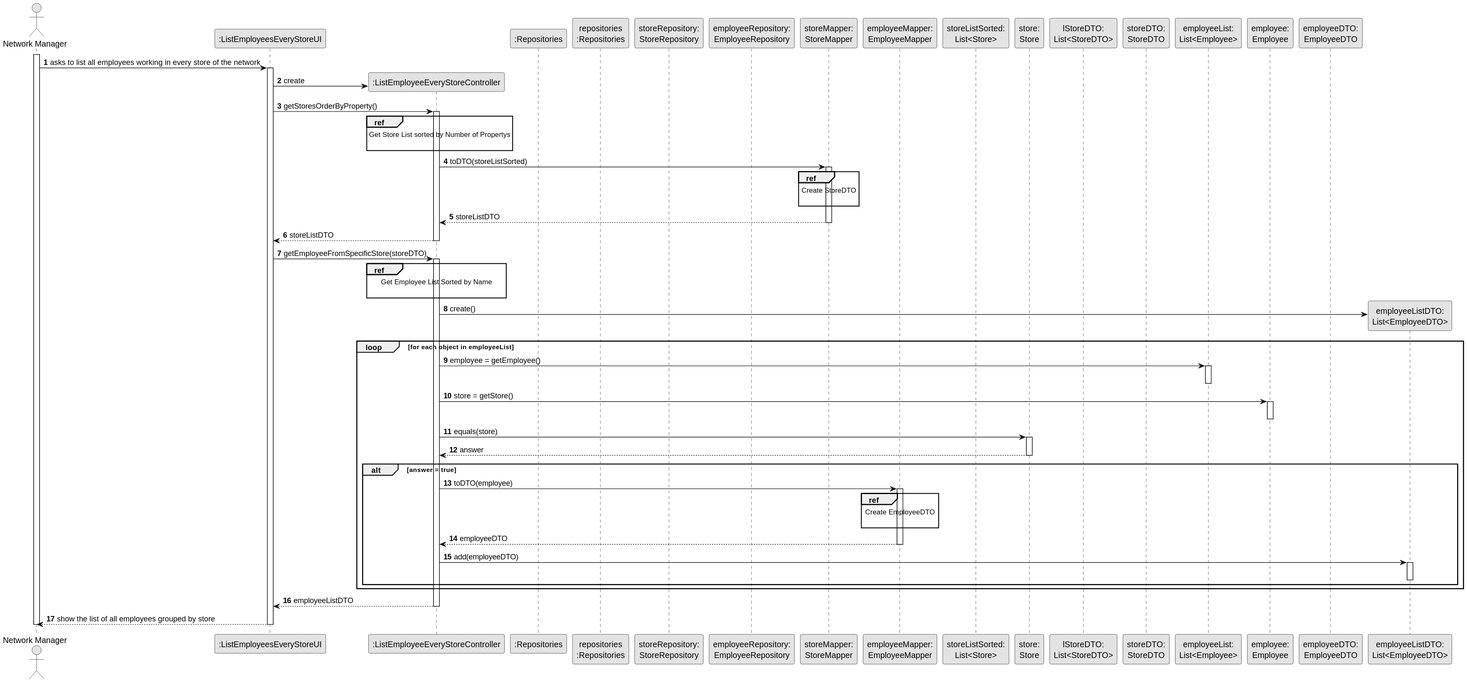
Above: docs/sprintD/us013/03.design/svg/us013-sequence-diagram-split.svg in Shushizinho/RealEstateUSASystem (PlantUML), before the change. Its diagram source:
```plantuml
@startuml
skinparam monochrome true
skinparam packageStyle rectangle
skinparam shadowing false

autonumber

actor "Network Manager" as NM
participant ":ListEmployeesEveryStoreUI" as UI
participant ":ListEmployeeEveryStoreController" as CTRL
participant ":Repositories" as RepositorySingleton
participant "repositories\n:Repositories" as PLAT
participant "storeRepository:\nStoreRepository" as STRR
participant "employeeRepository:\nEmployeeRepository" as EMPR
participant "storeMapper:\nStoreMapper" as STRMAP
participant "employeeMapper:\nEmployeeMapper" as EMPLMAP
participant "storeListSorted:\nList<Store>" as LSTR
participant "store:\nStore" as STOR
participant "lStoreDTO:\nList<StoreDTO>" as LSTRDTO
participant "storeDTO:\nStoreDTO" as STORDTO
participant "employeeList:\nList<Employee>" as LEMP
participant "employee:\nEmployee" as EMPL
participant "employeeDTO:\nEmployeeDTO" as EMPLDTO
participant "employeeListDTO:\nList<EmployeeDTO>" as LEMPDTO





activate NM
   NM -> UI :  asks to list all employees working in every store of the network

    activate UI

    UI-> CTRL** : create





         UI -> CTRL : getStoresOrderByProperty()
                    activate CTRL

                            ref over CTRL
                            Get Store List sorted by Number of Propertys

                            end ref

                                CTRL -> STRMAP: toDTO(storeListSorted)
                                activate STRMAP

                                ref over STRMAP
                                Create StoreDTO

                                end ref

                            STRMAP-->CTRL : storeListDTO
                            deactivate STRMAP

                        CTRL-->UI : storeListDTO
                    deactivate CTRL



                    UI -> CTRL : getEmployeeFromSpecificStore(storeDTO)
                        activate CTRL
                                        ref over CTRL
                                        Get Employee List Sorted by Name

                                        end ref
                                        CTRL->LEMPDTO**: create()

                                        loop for each object in employeeList

                                        CTRL -> LEMP: employee = getEmployee()
                                        activate LEMP
                                        deactivate LEMP

                                        CTRL -> EMPL : store = getStore()
                                        activate EMPL
                                        deactivate EMPL

                                        CTRL -> STOR : equals(store)
                                        activate STOR


                                            STOR --> CTRL : answer
                                        deactivate STOR

                                        alt answer = true

                                        CTRL -> EMPLMAP: toDTO(employee)
                                        activate EMPLMAP

                                        ref over EMPLMAP
                                        Create EmployeeDTO

                                        end ref
                                        EMPLMAP--> CTRL: employeeDTO
                                        deactivate EMPLMAP


                                        CTRL->LEMPDTO: add(employeeDTO)
                                        activate LEMPDTO
                                        deactivate LEMPDTO
                                        end alt

                                        end loop
                                        deactivate EMPLMAP


                            CTRL-->UI :  employeeListDTO
                        deactivate CTRL


        UI --> NM : show the list of all employees grouped by store
        deactivate UI

deactivate NM
@enduml
```
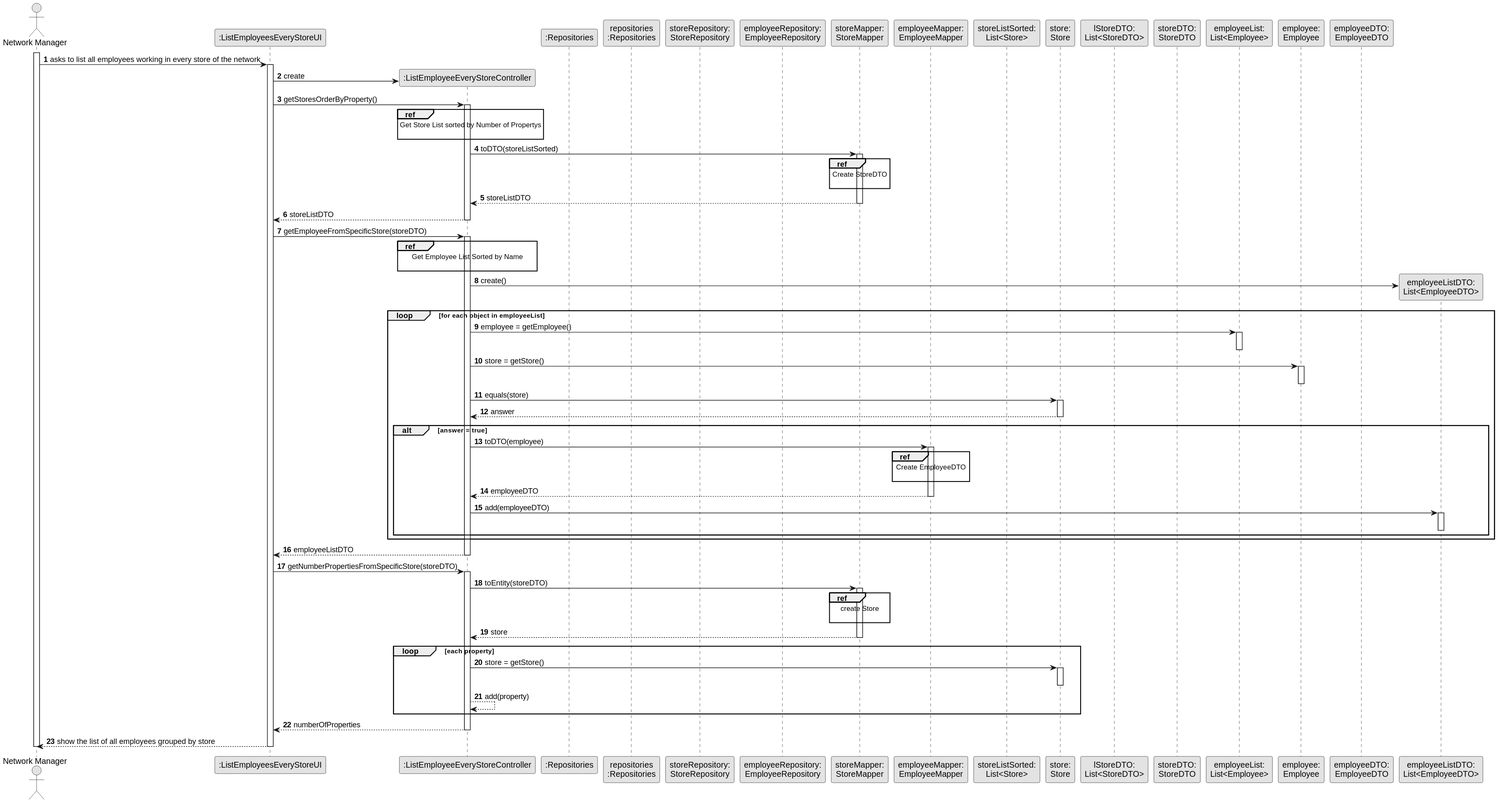
Above is the later version.

Commit message:
update US13 UI and SD (As a network manager, I want to list all employees working in every store of the network)

Change to the diagram source:
```diff
@@ -112,6 +112,36 @@
                             CTRL-->UI :  employeeListDTO
                         deactivate CTRL
 
+                        UI-> CTRL : getNumberPropertiesFromSpecificStore(storeDTO)
+                        activate CTRL
+
+                        CTRL -> STRMAP : toEntity(storeDTO)
+                        activate STRMAP
+                        ref over STRMAP
+                        create Store
+
+                        end ref
+
+                        STRMAP --> CTRL : store
+                        deactivate STRMAP
+
+                        loop each property
+
+                        CTRL -> STOR : store = getStore()
+                        activate STOR
+
+                        deactivate STOR
+
+                        CTRL --> CTRL : add(property)
+
+
+
+                        end loop
+
+
+                        CTRL --> UI : numberOfProperties
+                         deactivate CTRL
+
 
         UI --> NM : show the list of all employees grouped by store
         deactivate UI
```
